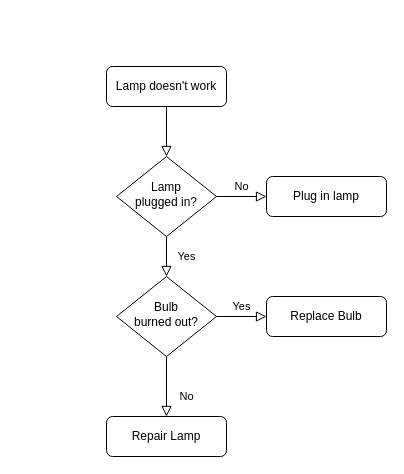
The draw.io diagram Untitled Diagram.drawio in ilyayi/CoFund, before the edit. Source tidied: cells renumbered, new cells numbered last; positions are measured from the earlier drawing's top-left corner, leaving out a move shared by most shapes. Both pictures are drawn from the tidied source at 100%, with x=0, y=0 at pixel (106, 66).
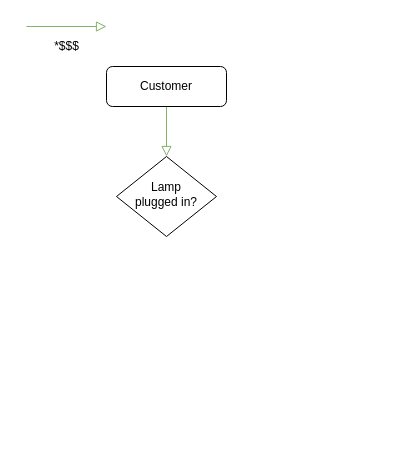
After the change.

Diff of the diagram source:
```diff
@@
 <mxGraphModel>
   <root>
     <mxCell id="0" />
     <mxCell id="1" parent="0" />
-    <mxCell id="2" style="rounded=0;html=1;jettySize=auto;fontSize=11;endArrow=block;endFill=0;endSize=8;strokeWidth=1;shadow=0;labelBackgroundColor=none;edgeStyle=orthogonalEdgeStyle;" parent="1" edge="1" source="3" target="6">
+    <mxCell id="2" style="rounded=0;html=1;jettySize=auto;fontSize=11;endArrow=block;endFill=0;endSize=8;strokeWidth=1;shadow=0;labelBackgroundColor=none;edgeStyle=orthogonalEdgeStyle;fillColor=#d5e8d4;strokeColor=#82b366;" parent="1" edge="1" source="3" target="6">
       <mxGeometry relative="1" as="geometry" />
     </mxCell>
-    <mxCell id="3" value="Lamp doesn't work" style="rounded=1;whiteSpace=wrap;html=1;fontSize=12;glass=0;strokeWidth=1;shadow=0;" parent="1" vertex="1">
+    <mxCell id="3" value="Customer" style="rounded=1;whiteSpace=wrap;html=1;fontSize=12;glass=0;strokeWidth=1;shadow=0;" parent="1" vertex="1">
       <mxGeometry width="120" height="40" as="geometry" />
     </mxCell>
-    <mxCell id="4" value="Yes" style="rounded=0;html=1;jettySize=auto;fontSize=11;endArrow=block;endFill=0;endSize=8;strokeWidth=1;shadow=0;labelBackgroundColor=none;edgeStyle=orthogonalEdgeStyle;" parent="1" edge="1" source="6" target="10">
-      <mxGeometry y="20" relative="1" as="geometry" />
-    </mxCell>
-    <mxCell id="5" value="No" style="edgeStyle=orthogonalEdgeStyle;rounded=0;html=1;jettySize=auto;fontSize=11;endArrow=block;endFill=0;endSize=8;strokeWidth=1;shadow=0;labelBackgroundColor=none;" parent="1" edge="1" source="6" target="7">
-      <mxGeometry y="10" relative="1" as="geometry" />
-    </mxCell>
     <mxCell id="6" value="Lamp&lt;br&gt;plugged in?" style="rhombus;whiteSpace=wrap;html=1;shadow=0;fontFamily=Helvetica;fontSize=12;align=center;strokeWidth=1;spacing=6;spacingTop=-4;" parent="1" vertex="1">
       <mxGeometry x="10" y="90" width="100" height="80" as="geometry" />
     </mxCell>
-    <mxCell id="7" value="Plug in lamp" style="rounded=1;whiteSpace=wrap;html=1;fontSize=12;glass=0;strokeWidth=1;shadow=0;" parent="1" vertex="1">
-      <mxGeometry x="160" y="110" width="120" height="40" as="geometry" />
-    </mxCell>
-    <mxCell id="8" value="No" style="rounded=0;html=1;jettySize=auto;fontSize=11;endArrow=block;endFill=0;endSize=8;strokeWidth=1;shadow=0;labelBackgroundColor=none;edgeStyle=orthogonalEdgeStyle;" parent="1" edge="1" source="10" target="11">
-      <mxGeometry x="0.33" y="20" relative="1" as="geometry" />
-    </mxCell>
-    <mxCell id="9" value="Yes" style="edgeStyle=orthogonalEdgeStyle;rounded=0;html=1;jettySize=auto;fontSize=11;endArrow=block;endFill=0;endSize=8;strokeWidth=1;shadow=0;labelBackgroundColor=none;" parent="1" edge="1" source="10" target="12">
-      <mxGeometry y="10" relative="1" as="geometry" />
-    </mxCell>
-    <mxCell id="10" value="Bulb&lt;br&gt;burned out?" style="rhombus;whiteSpace=wrap;html=1;shadow=0;fontFamily=Helvetica;fontSize=12;align=center;strokeWidth=1;spacing=6;spacingTop=-4;" parent="1" vertex="1">
-      <mxGeometry x="10" y="210" width="100" height="80" as="geometry" />
-    </mxCell>
-    <mxCell id="11" value="Repair Lamp" style="rounded=1;whiteSpace=wrap;html=1;fontSize=12;glass=0;strokeWidth=1;shadow=0;" parent="1" vertex="1">
-      <mxGeometry y="350" width="120" height="40" as="geometry" />
-    </mxCell>
-    <mxCell id="12" value="Replace Bulb" style="rounded=1;whiteSpace=wrap;html=1;fontSize=12;glass=0;strokeWidth=1;shadow=0;" parent="1" vertex="1">
-      <mxGeometry x="160" y="230" width="120" height="40" as="geometry" />
-    </mxCell>
+    <mxCell id="13" style="rounded=0;html=1;jettySize=auto;orthogonalLoop=1;fontSize=11;endArrow=block;endFill=0;endSize=8;strokeWidth=1;shadow=0;labelBackgroundColor=none;edgeStyle=orthogonalEdgeStyle;fillColor=#d5e8d4;strokeColor=#82b366;" parent="1" edge="1">
+      <mxGeometry relative="1" as="geometry">
+        <mxPoint x="-80" y="-40" as="sourcePoint" />
+        <mxPoint y="-40" as="targetPoint" />
+      </mxGeometry>
+    </mxCell>
+    <mxCell id="14" value="*$$$" style="text;html=1;align=center;verticalAlign=middle;strokeColor=none;fillColor=none;" parent="1" vertex="1">
+      <mxGeometry x="-65" y="-35" width="50" height="30" as="geometry" />
+    </mxCell>
   </root>
 </mxGraphModel>
```
